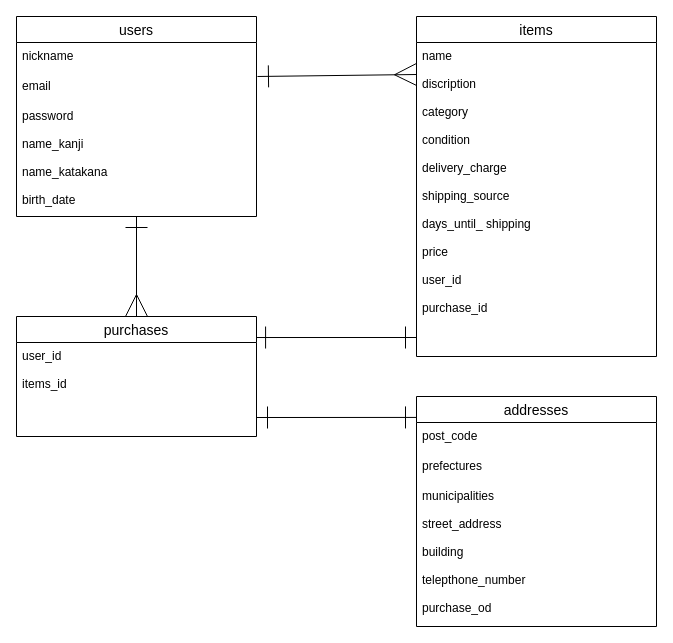
The draw.io diagram er.dio in ryo-im/furima-40209, before the edit. Source tidied: cells renumbered, new cells numbered last; positions are measured from the earlier drawing's top-left corner, leaving out a move shared by most shapes. Both pictures are drawn from the tidied source at 100%, with x=0, y=0 at pixel (16, 16).
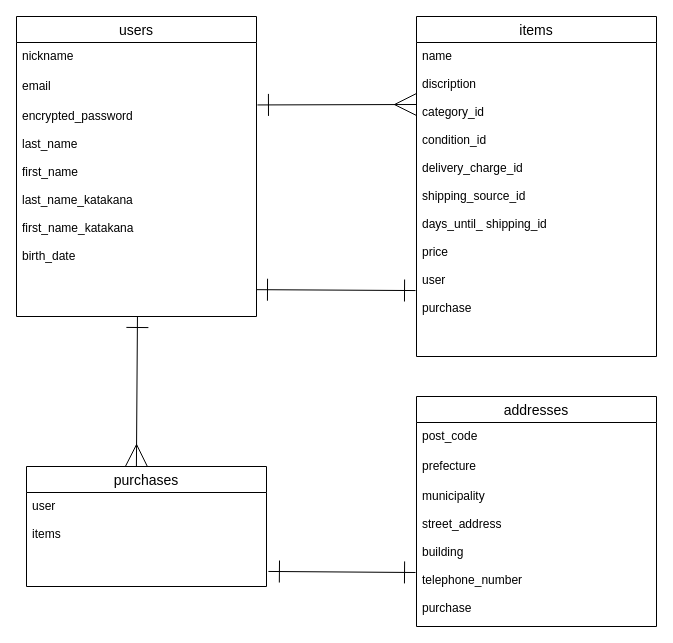
After the change.

Commit message (it also covers changes not shown here):
データベース設計　修正

What changed in the source:
```diff
@@
 <mxGraphModel>
   <root>
     <mxCell id="0" />
     <mxCell id="1" parent="0" />
-    <mxCell id="2" style="edgeStyle=none;jumpSize=6;html=1;entryX=0.5;entryY=0;entryDx=0;entryDy=0;startArrow=ERone;startFill=0;endArrow=ERmany;endFill=0;startSize=20;endSize=20;" parent="1" edge="1" source="3" target="10">
+    <mxCell id="2" style="edgeStyle=none;jumpSize=6;html=1;startArrow=ERone;startFill=0;endArrow=ERmany;endFill=0;startSize=20;endSize=20;entryX=0.458;entryY=0;entryDx=0;entryDy=0;entryPerimeter=0;exitX=0.504;exitY=1;exitDx=0;exitDy=0;exitPerimeter=0;" parent="1" edge="1" source="5" target="10">
       <mxGeometry relative="1" as="geometry" />
     </mxCell>
     <mxCell id="3" value="users" style="swimlane;fontStyle=0;horizontal=1;startSize=26;align=center;fontSize=14;" parent="1" vertex="1">
-      <mxGeometry width="240" height="200" as="geometry" />
+      <mxGeometry width="240" height="300" as="geometry" />
     </mxCell>
     <mxCell id="4" value="nickname" style="text;strokeColor=none;fillColor=none;spacingLeft=4;spacingRight=4;overflow=hidden;fontSize=12;" parent="3" vertex="1">
       <mxGeometry y="26" width="240" height="30" as="geometry" />
     </mxCell>
     <mxCell id="5" value="email" style="text;strokeColor=none;fillColor=none;spacingLeft=4;spacingRight=4;overflow=hidden;points=[[0,0.5],[1,0.5]];portConstraint=eastwest;fontSize=12;" parent="3" vertex="1">
-      <mxGeometry y="56" width="240" height="30" as="geometry" />
+      <mxGeometry y="56" width="240" height="244" as="geometry" />
     </mxCell>
-    <mxCell id="6" value="password&#10;&#10;name_kanji&#10;&#10;name_katakana&#10;&#10;birth_date" style="text;strokeColor=none;fillColor=none;spacingLeft=4;spacingRight=4;overflow=hidden;fontSize=12;" parent="3" vertex="1">
-      <mxGeometry y="86" width="240" height="114" as="geometry" />
-    </mxCell>
     <mxCell id="7" value="items" style="swimlane;fontStyle=0;horizontal=1;startSize=26;align=center;fontSize=14;" parent="1" vertex="1">
       <mxGeometry x="400" width="240" height="340" as="geometry" />
     </mxCell>
-    <mxCell id="8" value="name&#10;&#10;discription&#10;&#10;category&#10;&#10;condition&#10;&#10;delivery_charge&#10;&#10;shipping_source&#10;&#10;days_until_ shipping&#10;&#10;price&#10;&#10;user_id&#10;&#10;purchase_id" style="text;strokeColor=none;fillColor=none;spacingLeft=4;spacingRight=4;overflow=hidden;points=[[0,0.5],[1,0.5]];portConstraint=eastwest;fontSize=12;" parent="7" vertex="1">
+    <mxCell id="8" value="name&#10;&#10;discription&#10;&#10;category_id&#10;&#10;condition_id&#10;&#10;delivery_charge_id&#10;&#10;shipping_source_id&#10;&#10;days_until_ shipping_id&#10;&#10;price&#10;&#10;user&#10;&#10;purchase" style="text;strokeColor=none;fillColor=none;spacingLeft=4;spacingRight=4;overflow=hidden;points=[[0,0.5],[1,0.5]];portConstraint=eastwest;fontSize=12;" parent="7" vertex="1">
       <mxGeometry y="26" width="240" height="314" as="geometry" />
     </mxCell>
-    <mxCell id="9" style="edgeStyle=none;jumpSize=6;html=1;exitX=0.992;exitY=-0.053;exitDx=0;exitDy=0;startArrow=ERone;startFill=0;endArrow=ERone;endFill=0;startSize=20;endSize=20;exitPerimeter=0;" parent="1" edge="1" source="11">
-      <mxGeometry relative="1" as="geometry">
-        <mxPoint x="400" y="321" as="targetPoint" />
-      </mxGeometry>
+    <mxCell id="9" style="edgeStyle=none;jumpSize=6;html=1;exitX=1.008;exitY=0.84;exitDx=0;exitDy=0;startArrow=ERone;startFill=0;endArrow=ERone;endFill=0;startSize=20;endSize=20;exitPerimeter=0;entryX=-0.004;entryY=0.625;entryDx=0;entryDy=0;entryPerimeter=0;" parent="1" edge="1" source="11" target="15">
+      <mxGeometry relative="1" as="geometry" />
     </mxCell>
     <mxCell id="10" value="purchases" style="swimlane;fontStyle=0;horizontal=1;startSize=26;align=center;fontSize=14;" parent="1" vertex="1">
-      <mxGeometry y="300" width="240" height="120" as="geometry" />
+      <mxGeometry x="10" y="450" width="240" height="120" as="geometry" />
     </mxCell>
-    <mxCell id="11" value="user_id&#10;&#10;items_id" style="text;strokeColor=none;fillColor=none;spacingLeft=4;spacingRight=4;overflow=hidden;points=[[0,0.5],[1,0.5]];portConstraint=eastwest;fontSize=12;" parent="10" vertex="1">
+    <mxCell id="11" value="user&#10;&#10;items" style="text;strokeColor=none;fillColor=none;spacingLeft=4;spacingRight=4;overflow=hidden;points=[[0,0.5],[1,0.5]];portConstraint=eastwest;fontSize=12;" parent="10" vertex="1">
       <mxGeometry y="26" width="240" height="94" as="geometry" />
     </mxCell>
     <mxCell id="12" value="addresses" style="swimlane;fontStyle=0;horizontal=1;startSize=26;align=center;fontSize=14;" parent="1" vertex="1">
       <mxGeometry x="400" y="380" width="240" height="230" as="geometry" />
     </mxCell>
     <mxCell id="13" value="post_code&#10;&#10;" style="text;strokeColor=none;fillColor=none;spacingLeft=4;spacingRight=4;overflow=hidden;fontSize=12;" parent="12" vertex="1">
       <mxGeometry y="26" width="240" height="30" as="geometry" />
     </mxCell>
-    <mxCell id="14" value="prefectures" style="text;strokeColor=none;fillColor=none;spacingLeft=4;spacingRight=4;overflow=hidden;fontSize=12;" parent="12" vertex="1">
+    <mxCell id="14" value="prefecture" style="text;strokeColor=none;fillColor=none;spacingLeft=4;spacingRight=4;overflow=hidden;fontSize=12;" parent="12" vertex="1">
       <mxGeometry y="56" width="240" height="30" as="geometry" />
     </mxCell>
-    <mxCell id="15" value="municipalities&#10;&#10;street_address&#10;&#10;building&#10;&#10;telepthone_number&#10;&#10;purchase_od" style="text;strokeColor=none;fillColor=none;spacingLeft=4;spacingRight=4;overflow=hidden;points=[[0,0.5],[1,0.5]];portConstraint=eastwest;fontSize=12;" parent="12" vertex="1">
+    <mxCell id="15" value="municipality&#10;&#10;street_address&#10;&#10;building&#10;&#10;telephone_number&#10;&#10;purchase" style="text;strokeColor=none;fillColor=none;spacingLeft=4;spacingRight=4;overflow=hidden;points=[[0,0.5],[1,0.5]];portConstraint=eastwest;fontSize=12;" parent="12" vertex="1">
       <mxGeometry y="86" width="240" height="144" as="geometry" />
     </mxCell>
-    <mxCell id="16" style="edgeStyle=none;html=1;exitX=1.004;exitY=0.133;exitDx=0;exitDy=0;endArrow=ERmany;endFill=0;jumpSize=6;endSize=20;startArrow=ERone;startFill=0;startSize=20;exitPerimeter=0;entryX=0;entryY=1.067;entryDx=0;entryDy=0;entryPerimeter=0;" parent="1" edge="1" source="5">
+    <mxCell id="16" style="edgeStyle=none;html=1;exitX=1.004;exitY=0.133;exitDx=0;exitDy=0;endArrow=ERmany;endFill=0;jumpSize=6;endSize=20;startArrow=ERone;startFill=0;startSize=20;exitPerimeter=0;" parent="1" edge="1" source="5">
       <mxGeometry relative="1" as="geometry">
-        <mxPoint x="400" y="58" as="targetPoint" />
+        <mxPoint x="400" y="88" as="targetPoint" />
       </mxGeometry>
     </mxCell>
-    <mxCell id="17" style="edgeStyle=none;jumpSize=6;html=1;exitX=1;exitY=0.5;exitDx=0;exitDy=0;entryX=0;entryY=0.091;entryDx=0;entryDy=0;entryPerimeter=0;startArrow=ERone;startFill=0;endArrow=ERone;endFill=0;startSize=20;endSize=20;" parent="1" edge="1" target="12">
-      <mxGeometry relative="1" as="geometry">
-        <mxPoint x="240" y="401" as="sourcePoint" />
-      </mxGeometry>
+    <mxCell id="17" style="edgeStyle=none;jumpSize=6;html=1;exitX=1;exitY=0.89;exitDx=0;exitDy=0;startArrow=ERone;startFill=0;endArrow=ERone;endFill=0;startSize=20;endSize=20;exitPerimeter=0;entryX=-0.004;entryY=0.79;entryDx=0;entryDy=0;entryPerimeter=0;" parent="1" edge="1" source="5" target="8">
+      <mxGeometry relative="1" as="geometry" />
     </mxCell>
+    <mxCell id="6" value="encrypted_password&#10;&#10;last_name&#10;&#10;first_name&#10;&#10;last_name_katakana&#10;&#10;first_name_katakana&#10;&#10;birth_date" style="text;strokeColor=none;fillColor=none;spacingLeft=4;spacingRight=4;overflow=hidden;fontSize=12;" parent="1" vertex="1">
+      <mxGeometry y="86" width="240" height="204" as="geometry" />
+    </mxCell>
   </root>
 </mxGraphModel>
```
